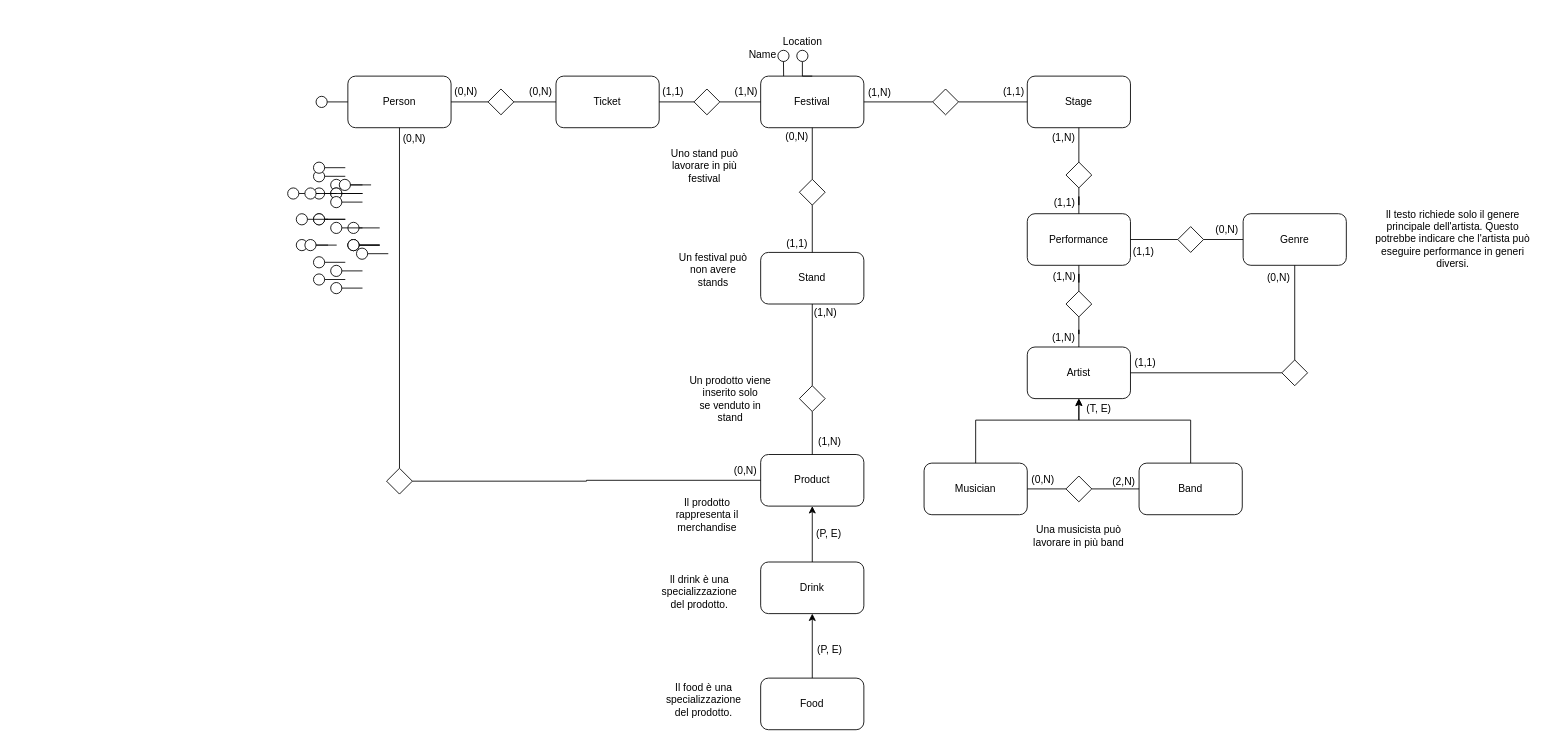
francescoaurora/EICTA keeps this draw.io diagram as progetto_EICTA.drawio. Above is the earlier version. Source tidied: cells renumbered, new cells numbered last; positions are measured from the earlier drawing's top-left corner, leaving out a move shared by most shapes. Both pictures are drawn from the tidied source at 86%, with x=0, y=0 at pixel (287, 28).
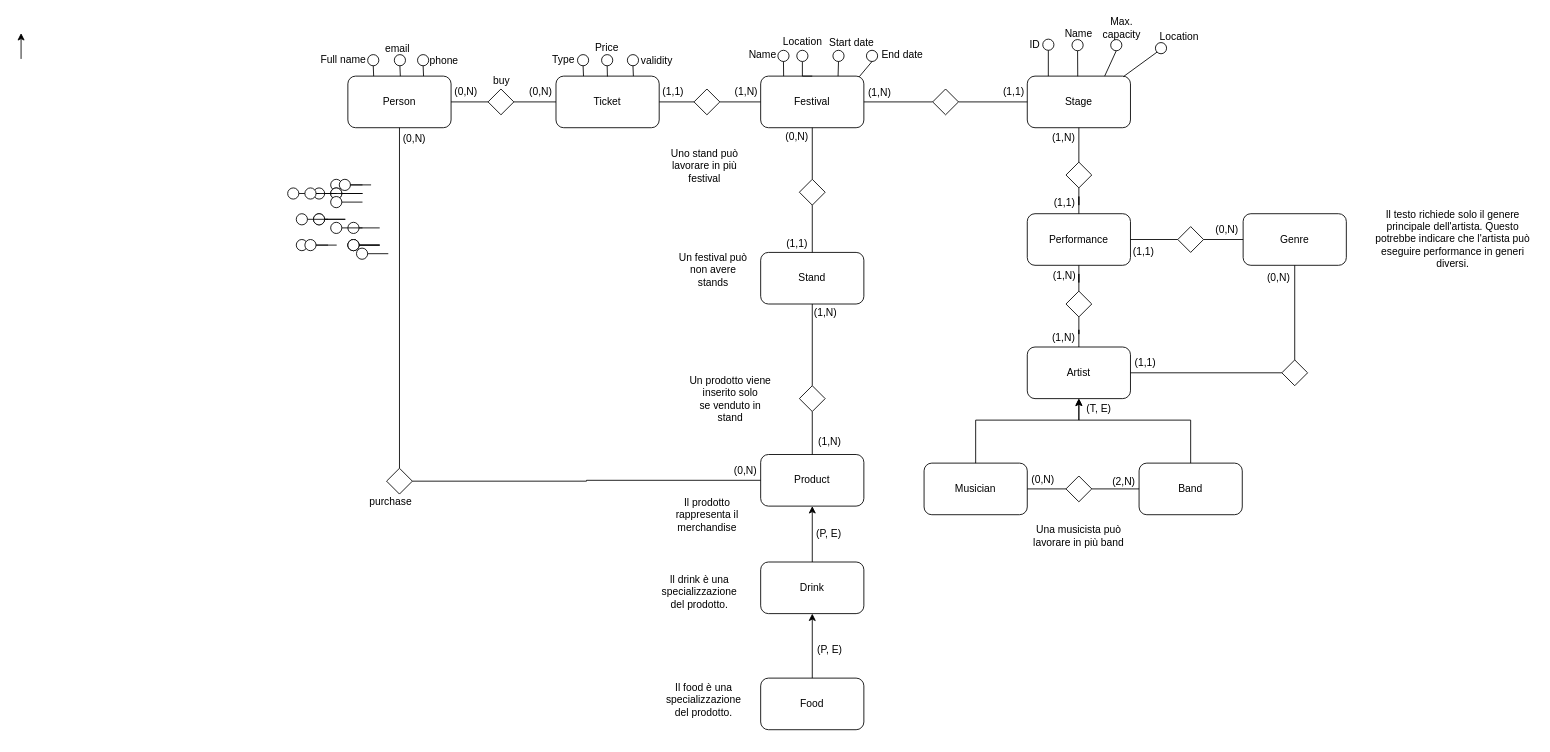
Above is the later version.

The change refers to these unchanged cells:
```xml
<mxCell id="2" value="Festival" style="rounded=1;whiteSpace=wrap;html=1;" parent="1" vertex="1">
  <mxGeometry x="550" y="55" width="120" height="60" as="geometry" />
</mxCell>
<mxCell id="5" value="Stage" style="rounded=1;whiteSpace=wrap;html=1;" parent="1" vertex="1">
  <mxGeometry x="860" y="55" width="120" height="60" as="geometry" />
</mxCell>
<mxCell id="66" value="Ticket" style="rounded=1;whiteSpace=wrap;html=1;" parent="1" vertex="1">
  <mxGeometry x="312" y="55" width="120" height="60" as="geometry" />
</mxCell>
<mxCell id="72" value="Person" style="rounded=1;whiteSpace=wrap;html=1;" parent="1" vertex="1">
  <mxGeometry x="70" y="55" width="120" height="60" as="geometry" />
</mxCell>
```

What changed in the source:
```diff
@@
-    <mxCell id="83" style="ellipse;whiteSpace=wrap;html=1;" parent="1" vertex="1">
-      <mxGeometry x="33" y="78.5" width="13" height="13" as="geometry" />
-    </mxCell>
-    <mxCell id="84" style="endArrow=none;html=1;rounded=0;entryX=0;entryY=0.5;entryDx=0;entryDy=0;exitX=1;exitY=0.5;exitDx=0;exitDy=0;" parent="1" edge="1" source="83" target="72">
-      <mxGeometry relative="1" as="geometry" />
-    </mxCell>
@@
     <mxCell id="114" style="ellipse;whiteSpace=wrap;html=1;" parent="1" vertex="1">
-      <mxGeometry x="30" y="165" width="13" height="13" as="geometry" />
+      <mxGeometry x="673" y="25" width="13" height="13" as="geometry" />
     </mxCell>
-    <mxCell id="115" style="endArrow=none;html=1;rounded=0;entryX=0;entryY=0.5;entryDx=0;entryDy=0;exitX=1;exitY=0.5;exitDx=0;exitDy=0;" parent="1" edge="1" source="114">
-      <mxGeometry relative="1" as="geometry">
-        <mxPoint x="67" y="171.5" as="targetPoint" />
-      </mxGeometry>
+    <mxCell id="115" style="endArrow=none;html=1;rounded=0;entryX=0.955;entryY=0.013;entryDx=0;entryDy=0;entryPerimeter=0;exitX=0.5;exitY=1;exitDx=0;exitDy=0;" parent="1" edge="1" source="114" target="2">
+      <mxGeometry relative="1" as="geometry" />
     </mxCell>
+    <mxCell id="144" style="edgeStyle=orthogonalEdgeStyle;rounded=0;orthogonalLoop=1;jettySize=auto;html=1;" parent="1" edge="1">
+      <mxGeometry relative="1" as="geometry">
+        <mxPoint x="-310" y="35" as="sourcePoint" />
+        <mxPoint x="-310" y="5" as="targetPoint" />
+      </mxGeometry>
+    </mxCell>
     <mxCell id="116" style="ellipse;whiteSpace=wrap;html=1;" parent="1" vertex="1">
-      <mxGeometry x="30" y="155" width="13" height="13" as="geometry" />
+      <mxGeometry x="634" y="25" width="13" height="13" as="geometry" />
     </mxCell>
-    <mxCell id="117" style="endArrow=none;html=1;rounded=0;entryX=0;entryY=0.5;entryDx=0;entryDy=0;exitX=1;exitY=0.5;exitDx=0;exitDy=0;" parent="1" edge="1" source="116">
-      <mxGeometry relative="1" as="geometry">
-        <mxPoint x="67" y="161.5" as="targetPoint" />
-      </mxGeometry>
+    <mxCell id="117" style="endArrow=none;html=1;rounded=0;entryX=0.75;entryY=0;entryDx=0;entryDy=0;exitX=0.5;exitY=1;exitDx=0;exitDy=0;" parent="1" edge="1" source="116" target="2">
+      <mxGeometry relative="1" as="geometry" />
     </mxCell>
@@
     <mxCell id="126" style="ellipse;whiteSpace=wrap;html=1;" parent="1" vertex="1">
-      <mxGeometry x="30" y="265" width="13" height="13" as="geometry" />
+      <mxGeometry x="365" y="30" width="13" height="13" as="geometry" />
     </mxCell>
-    <mxCell id="127" style="endArrow=none;html=1;rounded=0;entryX=0;entryY=0.5;entryDx=0;entryDy=0;exitX=1;exitY=0.5;exitDx=0;exitDy=0;" parent="1" edge="1" source="126">
+    <mxCell id="127" style="endArrow=none;html=1;rounded=0;entryX=0.473;entryY=0.007;entryDx=0;entryDy=0;exitX=0.5;exitY=1;exitDx=0;exitDy=0;entryPerimeter=0;" parent="1" edge="1" source="126">
       <mxGeometry relative="1" as="geometry">
-        <mxPoint x="67" y="271.5" as="targetPoint" />
+        <mxPoint x="371.8" y="55.4" as="targetPoint" />
       </mxGeometry>
     </mxCell>
     <mxCell id="128" style="ellipse;whiteSpace=wrap;html=1;" parent="1" vertex="1">
-      <mxGeometry x="50" y="275" width="13" height="13" as="geometry" />
+      <mxGeometry x="957" y="12.5" width="13" height="13" as="geometry" />
     </mxCell>
-    <mxCell id="129" style="endArrow=none;html=1;rounded=0;entryX=0;entryY=0.5;entryDx=0;entryDy=0;exitX=1;exitY=0.5;exitDx=0;exitDy=0;" parent="1" edge="1" source="128">
-      <mxGeometry relative="1" as="geometry">
-        <mxPoint x="87" y="281.5" as="targetPoint" />
-      </mxGeometry>
+    <mxCell id="129" style="endArrow=none;html=1;rounded=0;exitX=0.5;exitY=1;exitDx=0;exitDy=0;entryX=0.75;entryY=0;entryDx=0;entryDy=0;" parent="1" edge="1" source="128" target="5">
+      <mxGeometry relative="1" as="geometry" />
     </mxCell>
     <mxCell id="130" style="ellipse;whiteSpace=wrap;html=1;" parent="1" vertex="1">
-      <mxGeometry x="50" y="295" width="13" height="13" as="geometry" />
+      <mxGeometry x="912" y="12.5" width="13" height="13" as="geometry" />
     </mxCell>
-    <mxCell id="131" style="endArrow=none;html=1;rounded=0;entryX=0;entryY=0.5;entryDx=0;entryDy=0;exitX=1;exitY=0.5;exitDx=0;exitDy=0;" parent="1" edge="1" source="130">
-      <mxGeometry relative="1" as="geometry">
-        <mxPoint x="87" y="301.5" as="targetPoint" />
-      </mxGeometry>
+    <mxCell id="131" style="endArrow=none;html=1;rounded=0;entryX=0.489;entryY=0.003;entryDx=0;entryDy=0;exitX=0.5;exitY=1;exitDx=0;exitDy=0;entryPerimeter=0;" parent="1" edge="1" source="130" target="5">
+      <mxGeometry relative="1" as="geometry" />
     </mxCell>
     <mxCell id="132" style="ellipse;whiteSpace=wrap;html=1;" parent="1" vertex="1">
-      <mxGeometry x="30" y="285" width="13" height="13" as="geometry" />
+      <mxGeometry x="878" y="12" width="13" height="13" as="geometry" />
     </mxCell>
-    <mxCell id="133" style="endArrow=none;html=1;rounded=0;entryX=0;entryY=0.5;entryDx=0;entryDy=0;exitX=1;exitY=0.5;exitDx=0;exitDy=0;" parent="1" edge="1" source="132">
-      <mxGeometry relative="1" as="geometry">
-        <mxPoint x="67" y="291.5" as="targetPoint" />
-      </mxGeometry>
-    </mxCell>
@@
+    <mxCell id="145" style="edgeStyle=orthogonalEdgeStyle;rounded=0;jettySize=auto;html=1;exitX=0.5;exitY=1;exitDx=0;exitDy=0;entryX=0.204;entryY=0;entryDx=0;entryDy=0;entryPerimeter=0;endArrow=none;endFill=0;" parent="1" edge="1" source="132" target="5">
+      <mxGeometry relative="1" as="geometry" />
+    </mxCell>
+    <mxCell id="146" value="Start date" style="text;html=1;whiteSpace=wrap;strokeColor=none;fillColor=none;align=center;verticalAlign=middle;rounded=0;" parent="1" vertex="1">
+      <mxGeometry x="626" y="2" width="60" height="30" as="geometry" />
+    </mxCell>
+    <mxCell id="147" value="ID" style="text;html=1;whiteSpace=wrap;strokeColor=none;fillColor=none;align=center;verticalAlign=middle;rounded=0;" parent="1" vertex="1">
+      <mxGeometry x="839" y="3.5" width="60" height="30" as="geometry" />
+    </mxCell>
+    <mxCell id="148" value="End date" style="text;html=1;whiteSpace=wrap;strokeColor=none;fillColor=none;align=center;verticalAlign=middle;rounded=0;" parent="1" vertex="1">
+      <mxGeometry x="685" y="16" width="60" height="30" as="geometry" />
+    </mxCell>
+    <mxCell id="149" style="ellipse;whiteSpace=wrap;html=1;" parent="1" vertex="1">
+      <mxGeometry x="395" y="30" width="13" height="13" as="geometry" />
+    </mxCell>
+    <mxCell id="150" value="Name" style="text;html=1;whiteSpace=wrap;strokeColor=none;fillColor=none;align=center;verticalAlign=middle;rounded=0;" parent="1" vertex="1">
+      <mxGeometry x="895" y="-4" width="50" height="20" as="geometry" />
+    </mxCell>
+    <mxCell id="151" style="endArrow=none;html=1;rounded=0;entryX=0.75;entryY=0;entryDx=0;entryDy=0;exitX=0.5;exitY=1;exitDx=0;exitDy=0;" parent="1" edge="1" source="149" target="66">
+      <mxGeometry relative="1" as="geometry" />
+    </mxCell>
+    <mxCell id="152" value="Max. capacity" style="text;html=1;whiteSpace=wrap;strokeColor=none;fillColor=none;align=center;verticalAlign=middle;rounded=0;" parent="1" vertex="1">
+      <mxGeometry x="945" y="-6.5" width="50" height="10" as="geometry" />
+    </mxCell>
+    <mxCell id="153" style="ellipse;whiteSpace=wrap;html=1;" parent="1" vertex="1">
+      <mxGeometry x="337" y="30" width="13" height="13" as="geometry" />
+    </mxCell>
+    <mxCell id="154" style="rounded=0;jettySize=auto;html=1;exitX=0;exitY=1;exitDx=0;exitDy=0;entryX=0.931;entryY=0.011;entryDx=0;entryDy=0;endArrow=none;endFill=0;entryPerimeter=0;" parent="1" edge="1" source="156" target="5">
+      <mxGeometry relative="1" as="geometry" />
+    </mxCell>
+    <mxCell id="155" style="endArrow=none;html=1;rounded=0;entryX=0.473;entryY=0.007;entryDx=0;entryDy=0;exitX=0.5;exitY=1;exitDx=0;exitDy=0;entryPerimeter=0;" parent="1" edge="1" source="153">
+      <mxGeometry relative="1" as="geometry">
+        <mxPoint x="344" y="55" as="targetPoint" />
+      </mxGeometry>
+    </mxCell>
+    <mxCell id="156" style="ellipse;whiteSpace=wrap;html=1;" parent="1" vertex="1">
+      <mxGeometry x="1009" y="16" width="13" height="13" as="geometry" />
+    </mxCell>
+    <mxCell id="157" value="Type" style="text;html=1;whiteSpace=wrap;strokeColor=none;fillColor=none;align=center;verticalAlign=middle;rounded=0;" parent="1" vertex="1">
+      <mxGeometry x="291" y="21" width="60" height="30" as="geometry" />
+    </mxCell>
+    <mxCell id="158" value="Location" style="text;html=1;whiteSpace=wrap;strokeColor=none;fillColor=none;align=center;verticalAlign=middle;rounded=0;" parent="1" vertex="1">
+      <mxGeometry x="1007" y="-6.5" width="60" height="30" as="geometry" />
+    </mxCell>
+    <mxCell id="159" value="Price" style="text;html=1;whiteSpace=wrap;strokeColor=none;fillColor=none;align=center;verticalAlign=middle;rounded=0;" parent="1" vertex="1">
+      <mxGeometry x="356" y="13" width="31" height="17" as="geometry" />
+    </mxCell>
+    <mxCell id="160" value="validity" style="text;html=1;whiteSpace=wrap;strokeColor=none;fillColor=none;align=center;verticalAlign=middle;rounded=0;" parent="1" vertex="1">
+      <mxGeometry x="411" y="28" width="37" height="17" as="geometry" />
+    </mxCell>
+    <mxCell id="161" style="ellipse;whiteSpace=wrap;html=1;" parent="1" vertex="1">
+      <mxGeometry x="124" y="30" width="13" height="13" as="geometry" />
+    </mxCell>
+    <mxCell id="162" style="endArrow=none;html=1;rounded=0;entryX=0.473;entryY=0.007;entryDx=0;entryDy=0;exitX=0.5;exitY=1;exitDx=0;exitDy=0;entryPerimeter=0;" parent="1" edge="1" source="161">
+      <mxGeometry relative="1" as="geometry">
+        <mxPoint x="131" y="55" as="targetPoint" />
+      </mxGeometry>
+    </mxCell>
+    <mxCell id="163" style="ellipse;whiteSpace=wrap;html=1;" parent="1" vertex="1">
+      <mxGeometry x="151" y="30" width="13" height="13" as="geometry" />
+    </mxCell>
+    <mxCell id="164" style="endArrow=none;html=1;rounded=0;entryX=0.75;entryY=0;entryDx=0;entryDy=0;exitX=0.5;exitY=1;exitDx=0;exitDy=0;" parent="1" edge="1" source="163">
+      <mxGeometry relative="1" as="geometry">
+        <mxPoint x="158" y="55" as="targetPoint" />
+      </mxGeometry>
+    </mxCell>
+    <mxCell id="165" style="ellipse;whiteSpace=wrap;html=1;" parent="1" vertex="1">
+      <mxGeometry x="93" y="30" width="13" height="13" as="geometry" />
+    </mxCell>
+    <mxCell id="166" style="endArrow=none;html=1;rounded=0;entryX=0.473;entryY=0.007;entryDx=0;entryDy=0;exitX=0.5;exitY=1;exitDx=0;exitDy=0;entryPerimeter=0;" parent="1" edge="1" source="165">
+      <mxGeometry relative="1" as="geometry">
+        <mxPoint x="100" y="55" as="targetPoint" />
+      </mxGeometry>
+    </mxCell>
+    <mxCell id="167" value="Full name" style="text;html=1;whiteSpace=wrap;strokeColor=none;fillColor=none;align=center;verticalAlign=middle;rounded=0;" parent="1" vertex="1">
+      <mxGeometry x="35" y="29" width="60" height="14" as="geometry" />
+    </mxCell>
+    <mxCell id="168" value="email" style="text;html=1;whiteSpace=wrap;strokeColor=none;fillColor=none;align=center;verticalAlign=middle;rounded=0;" parent="1" vertex="1">
+      <mxGeometry x="108" y="14" width="40" height="20" as="geometry" />
+    </mxCell>
+    <mxCell id="169" value="phone" style="text;html=1;whiteSpace=wrap;strokeColor=none;fillColor=none;align=center;verticalAlign=middle;rounded=0;" parent="1" vertex="1">
+      <mxGeometry x="152" y="22" width="60" height="30" as="geometry" />
+    </mxCell>
+    <mxCell id="170" value="buy" style="text;html=1;whiteSpace=wrap;strokeColor=none;fillColor=none;align=center;verticalAlign=middle;rounded=0;" parent="1" vertex="1">
+      <mxGeometry x="219" y="46" width="60" height="30" as="geometry" />
+    </mxCell>
+    <mxCell id="171" value="purchase" style="text;html=1;whiteSpace=wrap;strokeColor=none;fillColor=none;align=center;verticalAlign=middle;rounded=0;" parent="1" vertex="1">
+      <mxGeometry x="90" y="535" width="60" height="30" as="geometry" />
+    </mxCell>
```
